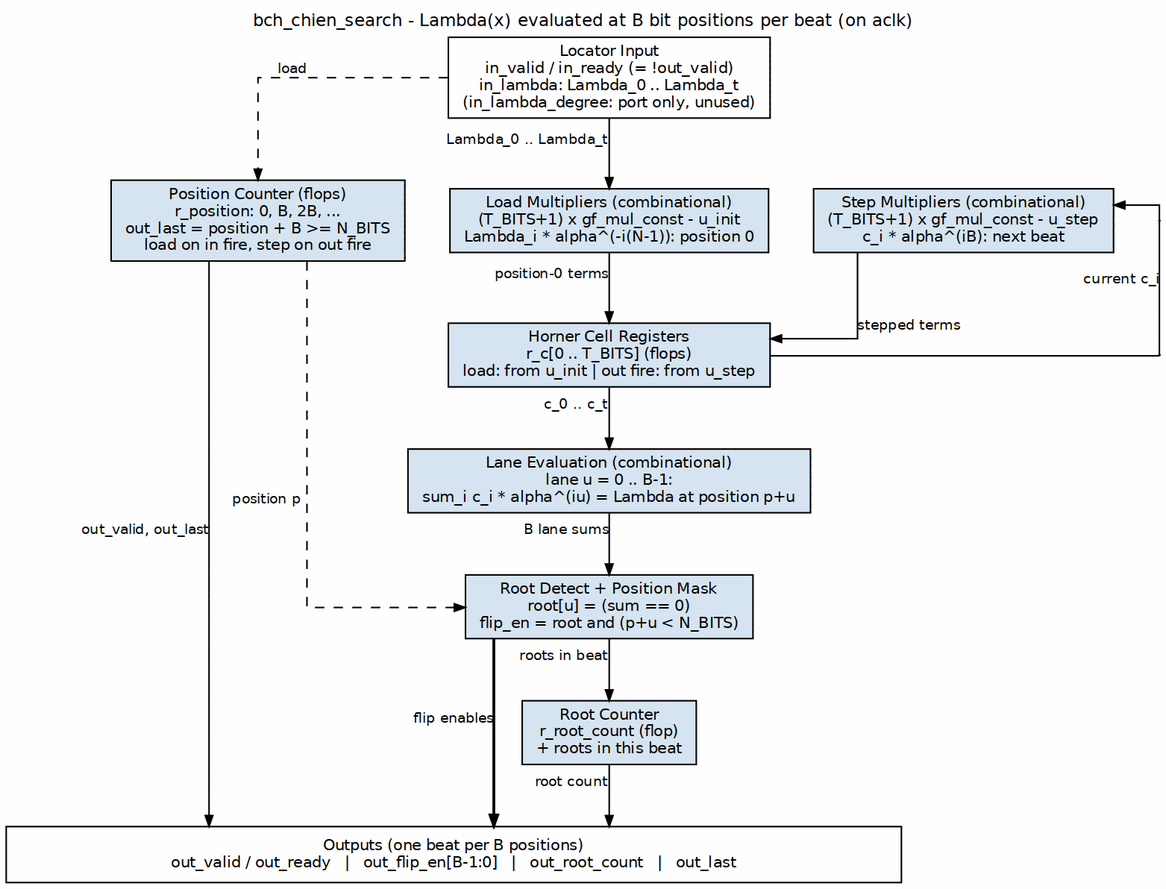
sean-galloway/RTLDesignSherpa keeps this Graphviz diagram as projects/components/ecc-ip/bch/docs/bch_mas/assets/graphviz/bch_chien_search.png. Above is the earlier version. Its source is kept beside it as projects/components/ecc-ip/bch/docs/bch_mas/assets/graphviz/bch_chien_search.dot. Its diagram source:
```dot
digraph bch_chien_search {
    graph [rankdir=TB, bgcolor="white", fontname="Helvetica", fontsize=11,
           nodesep="0.40", ranksep="0.55", splines=ortho, newrank=true,
           labelloc=t, labeljust=c];
    node  [fontname="Helvetica", fontsize=10, shape=box, style=filled,
           fillcolor="#D6E4F0", color="black", margin="0.12,0.06"];
    edge  [fontname="Helvetica", fontsize=9, color="black", arrowsize=0.7];
    label="bch_chien_search - Lambda(x) evaluated at B bit positions per beat (on aclk)";

    in    [label="Locator Input\nin_valid / in_ready (= !out_valid)\nin_lambda: Lambda_0 .. Lambda_t\n(in_lambda_degree: port only, unused)", fillcolor="white", group=C];

    pos   [label="Position Counter (flops)\nr_position: 0, B, 2B, ...\nout_last = position + B >= N_BITS\nload on in fire, step on out fire", group=L];
    init  [label="Load Multipliers (combinational)\n(T_BITS+1) x gf_mul_const - u_init\nLambda_i * alpha^(-i(N-1)): position 0", group=C];
    step  [label="Step Multipliers (combinational)\n(T_BITS+1) x gf_mul_const - u_step\nc_i * alpha^(iB): next beat", group=R];
    cells [label="Horner Cell Registers\nr_c[0 .. T_BITS] (flops)\nload: from u_init | out fire: from u_step", group=C];
    lanes [label="Lane Evaluation (combinational)\nlane u = 0 .. B-1:\nsum_i c_i * alpha^(iu) = Lambda at position p+u", group=C];
    root  [label="Root Detect + Position Mask\nroot[u] = (sum == 0)\nflip_en = root and (p+u < N_BITS)", group=C];
    rcnt  [label="Root Counter\nr_root_count (flop)\n+ roots in this beat", group=R];

    bar   [label="Outputs (one beat per B positions)\nout_valid / out_ready   |   out_flip_en[B-1:0]   |   out_root_count   |   out_last",
           fillcolor="white", width=8.0];

    in    -> init  [xlabel="Lambda_0 .. Lambda_t"];
    init  -> cells [xlabel="position-0 terms"];
    cells -> lanes [xlabel="c_0 .. c_t"];
    lanes -> root  [xlabel="B lane sums"];
    root  -> bar   [xlabel="flip enables", penwidth=1.8];
    root  -> rcnt  [xlabel="roots in beat"];
    rcnt  -> bar   [xlabel="root count"];

    p_f1 [shape=point, width=0.01, group=F];
    p_f2 [shape=point, width=0.01, group=F];
    cells -> p_f2 [arrowhead=none, headclip=false];
    p_f1  -> p_f2 [dir=none, tailclip=false, headclip=false, xlabel="current c_i"];
    p_f1  -> step [tailclip=false];
    step  -> cells [xlabel="stepped terms"];

    in    -> pos   [style=dashed, constraint=false, xlabel="load"];
    pos   -> root  [style=dashed, xlabel="position p "];
    pos   -> bar   [xlabel="out_valid, out_last"];

    { rank=same; init; step; pos; p_f1; }
    { rank=same; cells; p_f2; }

    pos -> init -> step -> p_f1 [style=invis];
}
```
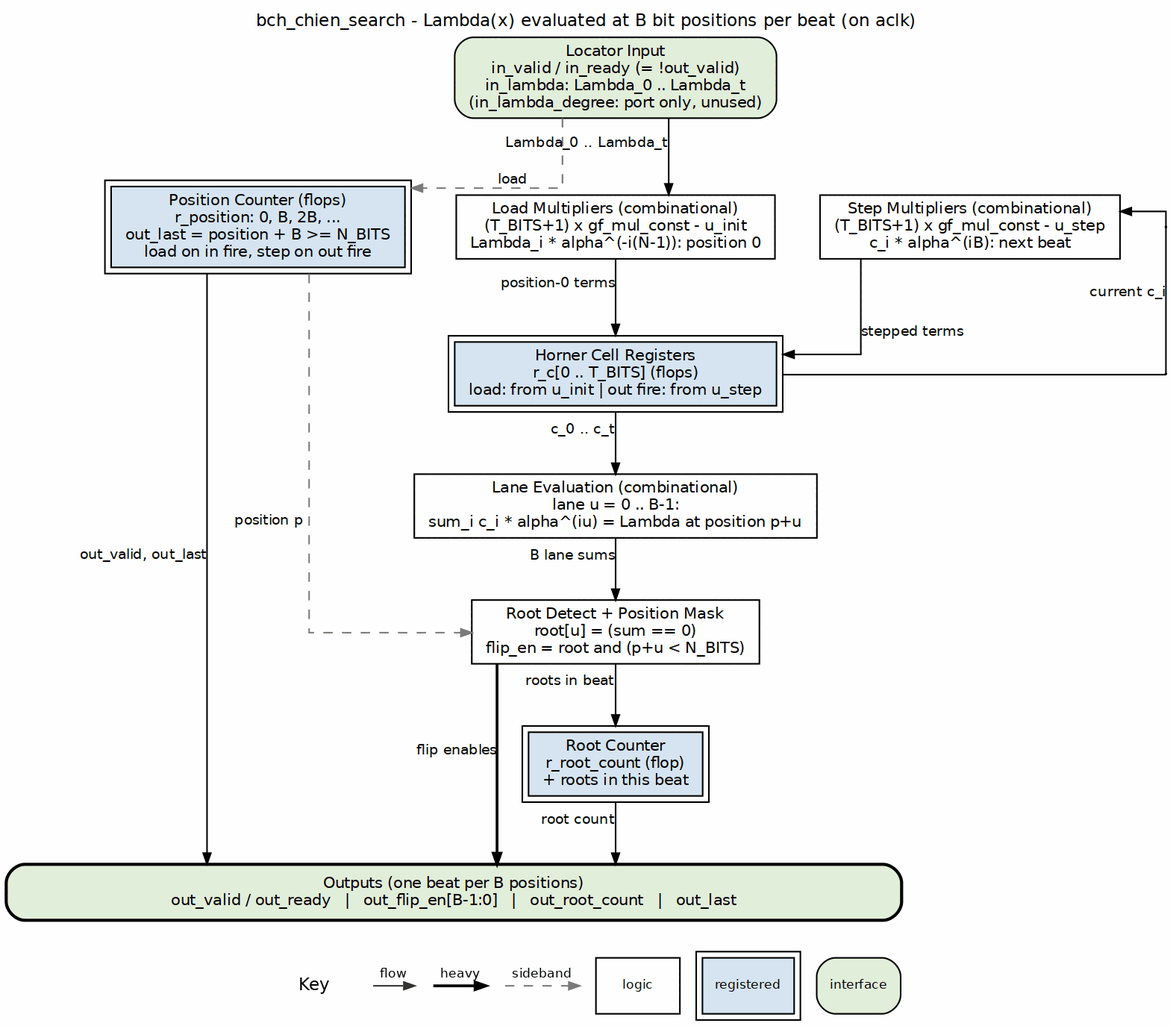
Later version of the same file.

The edit, as a diff of the source:
```diff
@@ -3,22 +3,22 @@
            nodesep="0.40", ranksep="0.55", splines=ortho, newrank=true,
            labelloc=t, labeljust=c];
     node  [fontname="Helvetica", fontsize=10, shape=box, style=filled,
-           fillcolor="#D6E4F0", color="black", margin="0.12,0.06"];
+           fillcolor="white", color="black", margin="0.12,0.06"];
     edge  [fontname="Helvetica", fontsize=9, color="black", arrowsize=0.7];
     label="bch_chien_search - Lambda(x) evaluated at B bit positions per beat (on aclk)";
 
-    in    [label="Locator Input\nin_valid / in_ready (= !out_valid)\nin_lambda: Lambda_0 .. Lambda_t\n(in_lambda_degree: port only, unused)", fillcolor="white", group=C];
+    in    [label="Locator Input\nin_valid / in_ready (= !out_valid)\nin_lambda: Lambda_0 .. Lambda_t\n(in_lambda_degree: port only, unused)", fillcolor="white", group=C, style="rounded,filled", fillcolor="#E2EFDA"];
 
-    pos   [label="Position Counter (flops)\nr_position: 0, B, 2B, ...\nout_last = position + B >= N_BITS\nload on in fire, step on out fire", group=L];
-    init  [label="Load Multipliers (combinational)\n(T_BITS+1) x gf_mul_const - u_init\nLambda_i * alpha^(-i(N-1)): position 0", group=C];
-    step  [label="Step Multipliers (combinational)\n(T_BITS+1) x gf_mul_const - u_step\nc_i * alpha^(iB): next beat", group=R];
-    cells [label="Horner Cell Registers\nr_c[0 .. T_BITS] (flops)\nload: from u_init | out fire: from u_step", group=C];
-    lanes [label="Lane Evaluation (combinational)\nlane u = 0 .. B-1:\nsum_i c_i * alpha^(iu) = Lambda at position p+u", group=C];
-    root  [label="Root Detect + Position Mask\nroot[u] = (sum == 0)\nflip_en = root and (p+u < N_BITS)", group=C];
-    rcnt  [label="Root Counter\nr_root_count (flop)\n+ roots in this beat", group=R];
+    pos   [label="Position Counter (flops)\nr_position: 0, B, 2B, ...\nout_last = position + B >= N_BITS\nload on in fire, step on out fire", group=L, peripheries=2, style="filled", fillcolor="#D6E4F0"];
+    init  [label="Load Multipliers (combinational)\n(T_BITS+1) x gf_mul_const - u_init\nLambda_i * alpha^(-i(N-1)): position 0", group=C, style="filled", fillcolor="white"];
+    step  [label="Step Multipliers (combinational)\n(T_BITS+1) x gf_mul_const - u_step\nc_i * alpha^(iB): next beat", group=R, style="filled", fillcolor="white"];
+    cells [label="Horner Cell Registers\nr_c[0 .. T_BITS] (flops)\nload: from u_init | out fire: from u_step", group=C, peripheries=2, style="filled", fillcolor="#D6E4F0"];
+    lanes [label="Lane Evaluation (combinational)\nlane u = 0 .. B-1:\nsum_i c_i * alpha^(iu) = Lambda at position p+u", group=C, style="filled", fillcolor="white"];
+    root  [label="Root Detect + Position Mask\nroot[u] = (sum == 0)\nflip_en = root and (p+u < N_BITS)", group=C, style="filled", fillcolor="white"];
+    rcnt  [label="Root Counter\nr_root_count (flop)\n+ roots in this beat", group=R, peripheries=2, style="filled", fillcolor="#D6E4F0"];
 
     bar   [label="Outputs (one beat per B positions)\nout_valid / out_ready   |   out_flip_en[B-1:0]   |   out_root_count   |   out_last",
-           fillcolor="white", width=8.0];
+           fillcolor="white", width=8.0, style="rounded,filled,bold", fillcolor="#E2EFDA"];
 
     in    -> init  [xlabel="Lambda_0 .. Lambda_t"];
     init  -> cells [xlabel="position-0 terms"];
@@ -35,8 +35,8 @@
     p_f1  -> step [tailclip=false];
     step  -> cells [xlabel="stepped terms"];
 
-    in    -> pos   [style=dashed, constraint=false, xlabel="load"];
-    pos   -> root  [style=dashed, xlabel="position p "];
+    in    -> pos   [style=dashed, color="#777777", constraint=false, xlabel="load"];
+    pos   -> root  [style=dashed, color="#777777", xlabel="position p "];
     pos   -> bar   [xlabel="out_valid, out_last"];
 
     { rank=same; init; step; pos; p_f1; }
```
